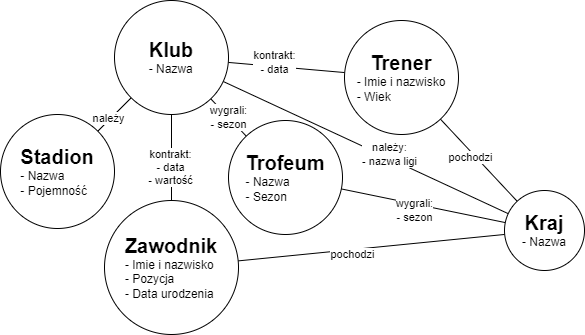
This is schemat.png from albertmazur/scraper_club, a draw.io export, as it was before one commit. Source tidied: cells renumbered, new cells last; positions are measured from the earlier drawing's top-left corner, leaving out a move shared by most shapes.
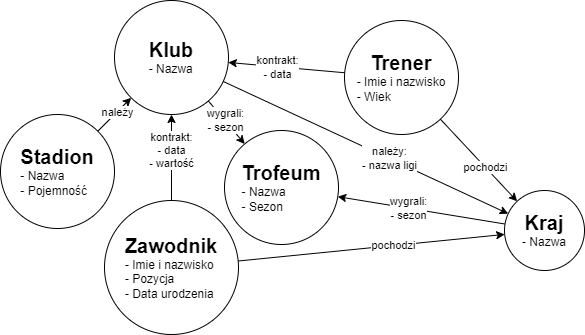
The same file after the commit.

Commit message:
Poprawa schematu

The edit, as a diff of the source:
```diff
@@ -2,48 +2,6 @@
   <root>
     <mxCell id="0" />
     <mxCell id="1" parent="0" />
-    <mxCell id="2" style="endArrow=none;html=1;rounded=0;" parent="1" edge="1" source="21" target="20">
-      <mxGeometry relative="1" as="geometry" />
-    </mxCell>
-    <mxCell id="3" value="kontrakt:&lt;br&gt;- data" style="edgeLabel;html=1;align=center;verticalAlign=middle;" parent="2" vertex="1">
-      <mxGeometry x="-0.2" y="4" relative="1" as="geometry" />
-    </mxCell>
-    <mxCell id="4" style="endArrow=none;html=1;rounded=0;" parent="1" edge="1" source="21" target="16">
-      <mxGeometry relative="1" as="geometry" />
-    </mxCell>
-    <mxCell id="5" value="kontrakt:&lt;br&gt;- data&lt;br&gt;- wartość" style="edgeLabel;html=1;align=center;verticalAlign=middle;" parent="4" vertex="1">
-      <mxGeometry x="0.2" y="-2" relative="1" as="geometry" />
-    </mxCell>
-    <mxCell id="6" value="wygrali:&lt;br&gt;- sezon" style="endArrow=none;html=1;rounded=0;" parent="1" edge="1" source="18" target="21">
-      <mxGeometry relative="1" as="geometry" />
-    </mxCell>
-    <mxCell id="7" style="endArrow=none;html=1;rounded=0;" parent="1" edge="1" source="17" target="21">
-      <mxGeometry relative="1" as="geometry" />
-    </mxCell>
-    <mxCell id="8" value="należy" style="edgeLabel;html=1;align=center;verticalAlign=middle;" parent="7" vertex="1">
-      <mxGeometry x="-0.31" y="2" relative="1" as="geometry" />
-    </mxCell>
-    <mxCell id="9" style="endArrow=none;html=1;rounded=0;" parent="1" edge="1" source="19" target="21">
-      <mxGeometry relative="1" as="geometry" />
-    </mxCell>
-    <mxCell id="10" value="należy:&lt;br&gt;- nazwa ligi" style="edgeLabel;html=1;align=center;verticalAlign=middle;" parent="9" vertex="1">
-      <mxGeometry x="-0.15" y="-4" relative="1" as="geometry" />
-    </mxCell>
-    <mxCell id="11" style="endArrow=none;html=1;rounded=0;" parent="1" edge="1" source="16" target="19">
-      <mxGeometry relative="1" as="geometry" />
-    </mxCell>
-    <mxCell id="12" value="pochodzi" style="edgeLabel;html=1;align=center;verticalAlign=middle;" parent="11" vertex="1">
-      <mxGeometry x="-0.15" y="-4" relative="1" as="geometry" />
-    </mxCell>
-    <mxCell id="13" style="endArrow=none;html=1;rounded=0;" parent="1" edge="1" source="20" target="19">
-      <mxGeometry relative="1" as="geometry" />
-    </mxCell>
-    <mxCell id="14" value="pochodzi" style="edgeLabel;html=1;align=center;verticalAlign=middle;" parent="13" vertex="1">
-      <mxGeometry x="-0.15" y="-4" relative="1" as="geometry" />
-    </mxCell>
-    <mxCell id="15" value="wygrali:&lt;br&gt;- sezon" style="endArrow=none;html=1;rounded=0;" parent="1" edge="1" source="19" target="18">
-      <mxGeometry x="0.09" y="6" relative="1" as="geometry" />
-    </mxCell>
     <mxCell id="16" value="&lt;b&gt;&lt;font style=&quot;font-size: 20px;&quot;&gt;Zawodnik&lt;/font&gt;&lt;/b&gt;&lt;br&gt;&lt;div style=&quot;text-align: left;&quot;&gt;&lt;span style=&quot;background-color: initial;&quot;&gt;- Imie i nazwisko&lt;/span&gt;&lt;/div&gt;&lt;div style=&quot;text-align: left;&quot;&gt;&lt;span style=&quot;background-color: initial;&quot;&gt;- Pozycja&lt;/span&gt;&lt;/div&gt;&lt;div style=&quot;text-align: left;&quot;&gt;&lt;span style=&quot;background-color: initial;&quot;&gt;- Data urodzenia&lt;/span&gt;&lt;/div&gt;" style="ellipse;whiteSpace=wrap;html=1;align=center;" parent="1" vertex="1">
       <mxGeometry x="104" y="200" width="134" height="134" as="geometry" />
     </mxCell>
@@ -51,7 +9,7 @@
       <mxGeometry y="114" width="114" height="114" as="geometry" />
     </mxCell>
     <mxCell id="18" value="&lt;font style=&quot;&quot;&gt;&lt;span style=&quot;font-size: 20px;&quot;&gt;&lt;b&gt;Trofeum&lt;/b&gt;&lt;/span&gt;&lt;/font&gt;&lt;br&gt;&lt;div style=&quot;text-align: left;&quot;&gt;&lt;span style=&quot;background-color: initial;&quot;&gt;- Nazwa&lt;/span&gt;&lt;/div&gt;&lt;div style=&quot;text-align: left;&quot;&gt;&lt;span style=&quot;background-color: initial;&quot;&gt;- Sezon&lt;/span&gt;&lt;/div&gt;" style="ellipse;whiteSpace=wrap;html=1;align=center;" parent="1" vertex="1">
-      <mxGeometry x="228" y="120" width="114" height="114" as="geometry" />
+      <mxGeometry x="224" y="130" width="114" height="114" as="geometry" />
     </mxCell>
     <mxCell id="19" value="&lt;span style=&quot;font-size: 20px;&quot;&gt;&lt;b&gt;Kraj&lt;/b&gt;&lt;/span&gt;&lt;br&gt;&lt;div style=&quot;text-align: left;&quot;&gt;&lt;span style=&quot;background-color: initial;&quot;&gt;- Nazwa&lt;/span&gt;&lt;/div&gt;" style="ellipse;whiteSpace=wrap;html=1;align=center;" parent="1" vertex="1">
       <mxGeometry x="504" y="190" width="80" height="80" as="geometry" />
@@ -62,5 +20,55 @@
     <mxCell id="21" value="&lt;b&gt;&lt;font style=&quot;font-size: 20px;&quot;&gt;Klub&lt;/font&gt;&lt;/b&gt;&lt;br&gt;&lt;div style=&quot;text-align: left;&quot;&gt;&lt;span style=&quot;background-color: initial;&quot;&gt;- Nazwa&lt;/span&gt;&lt;/div&gt;" style="ellipse;whiteSpace=wrap;html=1;align=center;" parent="1" vertex="1">
       <mxGeometry x="114" width="114" height="114" as="geometry" />
     </mxCell>
+    <mxCell id="15" style="endArrow=classic;html=1;rounded=0;" parent="1" edge="1" source="19" target="18">
+      <mxGeometry relative="1" as="geometry" />
+    </mxCell>
+    <mxCell id="22" value="wygrali:&lt;br style=&quot;border-color: var(--border-color);&quot;&gt;- sezon" style="edgeLabel;html=1;align=center;verticalAlign=middle;" parent="15" vertex="1">
+      <mxGeometry x="0.16" relative="1" as="geometry" />
+    </mxCell>
+    <mxCell id="23" style="endArrow=classic;html=1;rounded=0;" parent="1" edge="1" source="21" target="19">
+      <mxGeometry relative="1" as="geometry" />
+    </mxCell>
+    <mxCell id="10" value="należy:&lt;br style=&quot;border-color: var(--border-color);&quot;&gt;- nazwa ligi" style="edgeLabel;html=1;align=center;verticalAlign=middle;" parent="23" vertex="1">
+      <mxGeometry x="0.16" relative="1" as="geometry" />
+    </mxCell>
+    <mxCell id="7" style="endArrow=classic;html=1;rounded=0;" parent="1" edge="1" source="17" target="21">
+      <mxGeometry relative="1" as="geometry" />
+    </mxCell>
+    <mxCell id="8" value="należy" style="edgeLabel;html=1;align=center;verticalAlign=middle;" parent="7" vertex="1">
+      <mxGeometry x="0.16" relative="1" as="geometry" />
+    </mxCell>
+    <mxCell id="24" style="endArrow=classic;html=1;rounded=0;" parent="1" edge="1" source="16" target="21">
+      <mxGeometry relative="1" as="geometry" />
+    </mxCell>
+    <mxCell id="5" value="kontrakt:&lt;br style=&quot;border-color: var(--border-color);&quot;&gt;- data&lt;br style=&quot;border-color: var(--border-color);&quot;&gt;- wartość" style="edgeLabel;html=1;align=center;verticalAlign=middle;" parent="24" vertex="1">
+      <mxGeometry x="0.16" relative="1" as="geometry" />
+    </mxCell>
+    <mxCell id="13" style="endArrow=classic;html=1;rounded=0;" parent="1" edge="1" source="20" target="19">
+      <mxGeometry relative="1" as="geometry" />
+    </mxCell>
+    <mxCell id="25" value="pochodzi" style="edgeLabel;html=1;align=center;verticalAlign=middle;" parent="13" vertex="1">
+      <mxGeometry x="0.16" relative="1" as="geometry" />
+    </mxCell>
+    <mxCell id="26" style="endArrow=classic;html=1;rounded=0;" parent="1" edge="1" source="20" target="21">
+      <mxGeometry relative="1" as="geometry" />
+    </mxCell>
+    <mxCell id="3" value="kontrakt:&lt;br style=&quot;border-color: var(--border-color);&quot;&gt;- data" style="edgeLabel;html=1;align=center;verticalAlign=middle;" parent="26" vertex="1">
+      <mxGeometry x="0.16" relative="1" as="geometry" />
+    </mxCell>
+    <mxCell id="11" style="endArrow=classic;html=1;rounded=0;" parent="1" edge="1" source="16" target="19">
+      <mxGeometry relative="1" as="geometry" />
+    </mxCell>
+    <mxCell id="27" value="pochodzi" style="edgeLabel;html=1;align=center;verticalAlign=middle;" parent="11" vertex="1">
+      <mxGeometry x="0.16" relative="1" as="geometry" />
+    </mxCell>
+    <mxCell id="28" style="endArrow=classic;html=1;rounded=0;" parent="1" edge="1" source="21" target="18">
+      <mxGeometry relative="1" as="geometry" />
+    </mxCell>
+    <mxCell id="29" value="wygrali:&lt;br style=&quot;border-color: var(--border-color);&quot;&gt;- sezon" style="edgeLabel;html=1;align=center;verticalAlign=middle;" parent="28" vertex="1">
+      <mxGeometry x="0.16" relative="1" as="geometry">
+        <mxPoint x="-5" y="-6" as="offset" />
+      </mxGeometry>
+    </mxCell>
   </root>
 </mxGraphModel>
```
